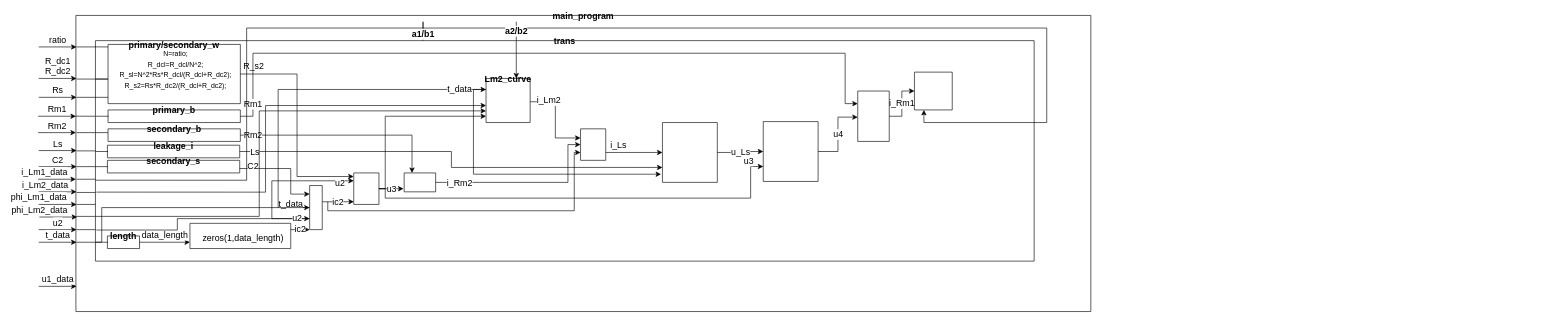
The draw.io diagram sim/未命名绘图.drawio in xiazhahe/mine, before the edit. Source tidied: cells renumbered, new cells numbered last; positions are measured from the earlier drawing's top-left corner, leaving out a move shared by most shapes. Both pictures are drawn from the tidied source at 63%, with x=0, y=0 at pixel (38, 15).
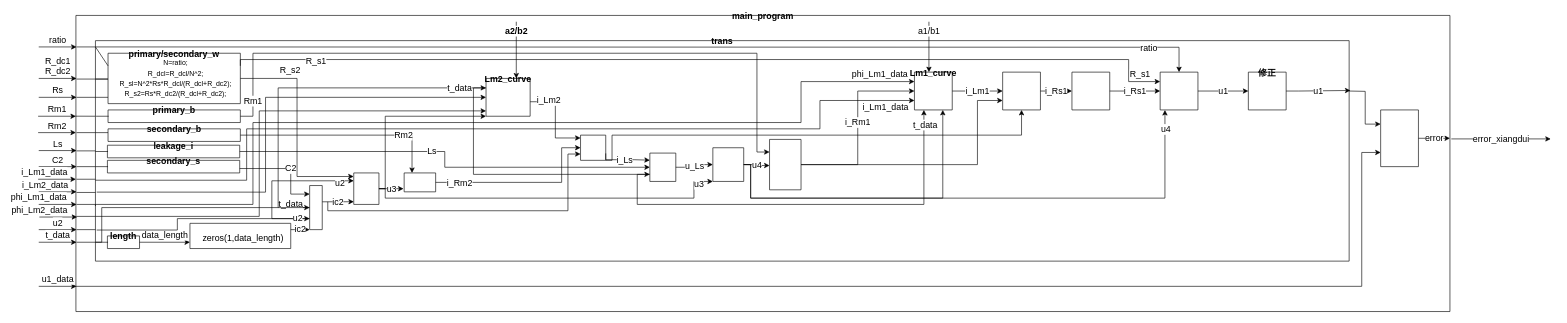
The same diagram, later.

Commit message:
更新未命名绘图.drawio

The change refers to these unchanged cells:
```xml
<mxCell id="23" value="primary_b" style="swimlane;startSize=0;fontSize=14;" parent="14" vertex="1">
  <mxGeometry x="20" y="110" width="210" height="20" as="geometry" />
</mxCell>
<mxCell id="25" value="secondary_b" style="swimlane;startSize=0;fontSize=14;" parent="14" vertex="1">
  <mxGeometry x="20" y="140" width="210" height="20" as="geometry" />
</mxCell>
<mxCell id="28" value="leakage_i" style="swimlane;startSize=0;fontSize=14;" parent="14" vertex="1">
  <mxGeometry x="19" y="166" width="210" height="20" as="geometry" />
</mxCell>
<mxCell id="45" style="swimlane;startSize=0;fontSize=14;" parent="14" vertex="1">
  <mxGeometry x="340" y="230" width="20" height="70" as="geometry" />
</mxCell>
<mxCell id="51" style="swimlane;startSize=0;fontSize=14;" parent="14" vertex="1">
  <mxGeometry x="410" y="210" width="40" height="50" as="geometry" />
</mxCell>
<mxCell id="54" style="swimlane;startSize=0;fontSize=14;" parent="14" vertex="1">
  <mxGeometry x="490" y="210" width="50" height="30" as="geometry" />
</mxCell>
```

Diff of the diagram source:
```diff
@@
+    <mxCell id="93" value="error_xiangdui" style="edgeStyle=orthogonalEdgeStyle;rounded=0;jettySize=auto;html=1;exitX=1.001;exitY=0.417;exitDx=0;exitDy=0;fontSize=14;exitPerimeter=0;" parent="1" edge="1" source="2">
+      <mxGeometry relative="1" as="geometry">
+        <mxPoint x="2401" y="196" as="targetPoint" />
+        <Array as="points">
+          <mxPoint x="2401" y="196" />
+        </Array>
+      </mxGeometry>
+    </mxCell>
     <mxCell id="2" value="main_program" style="swimlane;startSize=0;fontSize=14;fontStyle=1;" parent="1" vertex="1">
-      <mxGeometry x="60" width="1611" height="470" as="geometry" />
+      <mxGeometry x="60" width="2181" height="470" as="geometry" />
     </mxCell>
+    <mxCell id="94" value="error" style="edgeStyle=orthogonalEdgeStyle;rounded=0;jettySize=auto;html=1;exitX=1;exitY=0.5;exitDx=0;exitDy=0;fontSize=14;" parent="2" edge="1" source="95">
+      <mxGeometry relative="1" as="geometry">
+        <mxPoint x="2181" y="195" as="targetPoint" />
+      </mxGeometry>
+    </mxCell>
+    <mxCell id="95" style="swimlane;startSize=0;fontSize=14;" parent="2" vertex="1">
+      <mxGeometry x="2071" y="150" width="60" height="90" as="geometry" />
+    </mxCell>
+    <mxCell id="96" style="edgeStyle=orthogonalEdgeStyle;rounded=0;jettySize=auto;html=1;entryX=0;entryY=0.75;entryDx=0;entryDy=0;fontSize=14;" parent="2" edge="1" target="95">
+      <mxGeometry relative="1" as="geometry">
+        <mxPoint y="430" as="sourcePoint" />
+        <Array as="points">
+          <mxPoint x="2041" y="430" />
+          <mxPoint x="2041" y="218" />
+        </Array>
+      </mxGeometry>
+    </mxCell>
@@
+    <mxCell id="97" style="edgeStyle=orthogonalEdgeStyle;rounded=0;jettySize=auto;html=1;fontSize=14;" parent="1" edge="1" target="114">
+      <mxGeometry relative="1" as="geometry">
+        <mxPoint x="91" y="50" as="sourcePoint" />
+      </mxGeometry>
+    </mxCell>
+    <mxCell id="98" value="ratio" style="edgeLabel;html=1;align=center;verticalAlign=middle;fontSize=14;" parent="97" vertex="1">
+      <mxGeometry x="0.9" y="-1" relative="1" as="geometry" />
+    </mxCell>
+    <mxCell id="99" style="edgeStyle=orthogonalEdgeStyle;rounded=0;jettySize=auto;html=1;entryX=0;entryY=0.25;entryDx=0;entryDy=0;fontSize=14;" parent="1" edge="1" target="95">
+      <mxGeometry relative="1" as="geometry">
+        <mxPoint x="2081" y="120" as="sourcePoint" />
+      </mxGeometry>
+    </mxCell>
     <mxCell id="14" value="trans" style="swimlane;startSize=0;fontSize=14;" parent="1" vertex="1">
-      <mxGeometry x="91" y="40" width="1490" height="350" as="geometry" />
+      <mxGeometry x="91" y="40" width="1990" height="350" as="geometry" />
     </mxCell>
     <mxCell id="15" value="R_s2" style="edgeStyle=orthogonalEdgeStyle;rounded=0;jettySize=auto;html=1;exitX=1;exitY=0.5;exitDx=0;exitDy=0;entryX=-0.004;entryY=0.113;entryDx=0;entryDy=0;entryPerimeter=0;fontSize=14;" parent="14" edge="1" source="16" target="51">
-      <mxGeometry x="-0.88" y="13" relative="1" as="geometry" />
+      <mxGeometry x="-0.53" y="13" relative="1" as="geometry" />
     </mxCell>
     <mxCell id="16" value="primary/secondary_w" style="swimlane;startSize=0;fontSize=14;" parent="14" vertex="1">
-      <mxGeometry x="20" y="6" width="210" height="94" as="geometry" />
+      <mxGeometry x="20" y="20" width="210" height="80" as="geometry" />
     </mxCell>
@@
-    <mxCell id="18" style="endArrow=none;html=1;rounded=0;fontSize=14;exitX=-0.001;exitY=0.032;exitDx=0;exitDy=0;exitPerimeter=0;" parent="14" edge="1">
-      <mxGeometry relative="1" as="geometry">
-        <mxPoint x="-0.8" y="9.9" as="sourcePoint" />
-        <mxPoint x="20" y="10" as="targetPoint" />
-      </mxGeometry>
-    </mxCell>
@@
     <mxCell id="21" style="edgeStyle=orthogonalEdgeStyle;rounded=0;jettySize=auto;html=1;exitX=1;exitY=0.5;exitDx=0;exitDy=0;entryX=0;entryY=0.25;entryDx=0;entryDy=0;fontSize=14;" parent="14" edge="1" source="23" target="68">
       <mxGeometry relative="1" as="geometry">
         <Array as="points">
           <mxPoint x="250" y="120" />
           <mxPoint x="250" y="20" />
-          <mxPoint x="1190" y="20" />
-          <mxPoint x="1190" y="100" />
+          <mxPoint x="1050" y="20" />
+          <mxPoint x="1050" y="177" />
         </Array>
       </mxGeometry>
     </mxCell>
     <mxCell id="22" value="Rm1" style="edgeLabel;html=1;align=center;verticalAlign=middle;fontSize=14;" parent="21" vertex="1">
       <mxGeometry x="-0.92" y="1" relative="1" as="geometry">
-        <mxPoint y="6" as="offset" />
+        <mxPoint y="-1" as="offset" />
       </mxGeometry>
     </mxCell>
@@
     <mxCell id="24" value="Rm2" style="edgeStyle=orthogonalEdgeStyle;rounded=0;jettySize=auto;html=1;exitX=1;exitY=0.5;exitDx=0;exitDy=0;entryX=0.25;entryY=0;entryDx=0;entryDy=0;fontSize=14;" parent="14" edge="1" source="25" target="54">
-      <mxGeometry x="-0.88" relative="1" as="geometry" />
+      <mxGeometry x="0.56" relative="1" as="geometry" />
     </mxCell>
@@
-    <mxCell id="26" style="edgeStyle=orthogonalEdgeStyle;rounded=0;jettySize=auto;html=1;exitX=1;exitY=0.5;exitDx=0;exitDy=0;entryX=0;entryY=0.75;entryDx=0;entryDy=0;fontSize=14;" parent="14" edge="1" source="28" target="64">
-      <mxGeometry relative="1" as="geometry">
-        <Array as="points">
-          <mxPoint x="565" y="176" />
-          <mxPoint x="565" y="201" />
-        </Array>
-      </mxGeometry>
+    <mxCell id="26" style="edgeStyle=orthogonalEdgeStyle;rounded=0;jettySize=auto;html=1;exitX=1;exitY=0.5;exitDx=0;exitDy=0;entryX=0;entryY=0.5;entryDx=0;entryDy=0;" parent="14" edge="1" source="28" target="64">
+      <mxGeometry relative="1" as="geometry" />
     </mxCell>
-    <mxCell id="27" value="Ls" style="edgeLabel;html=1;align=center;verticalAlign=middle;fontSize=14;" parent="26" vertex="1">
-      <mxGeometry x="-0.92" relative="1" as="geometry">
-        <mxPoint x="-5" as="offset" />
-      </mxGeometry>
+    <mxCell id="27" value="&lt;font style=&quot;font-size: 14px&quot;&gt;Ls&lt;/font&gt;" style="edgeLabel;html=1;align=center;verticalAlign=middle;" parent="26" vertex="1">
+      <mxGeometry x="-0.1" y="2" relative="1" as="geometry" />
     </mxCell>
@@
     <mxCell id="30" value="C2" style="edgeStyle=orthogonalEdgeStyle;rounded=0;orthogonalLoop=1;jettySize=auto;html=1;exitX=1;exitY=0.5;exitDx=0;exitDy=0;entryX=0.002;entryY=0.151;entryDx=0;entryDy=0;entryPerimeter=0;fontSize=14;" parent="14" edge="1">
-      <mxGeometry x="-0.72" y="3" relative="1" as="geometry">
+      <mxGeometry x="0.07" relative="1" as="geometry">
         <mxPoint x="229" y="203" as="sourcePoint" />
         <mxPoint x="340" y="243.6" as="targetPoint" />
         <Array as="points">
           <mxPoint x="310" y="203" />
           <mxPoint x="310" y="244" />
         </Array>
       </mxGeometry>
     </mxCell>
@@
     <mxCell id="42" style="edgeStyle=orthogonalEdgeStyle;rounded=0;jettySize=auto;html=1;exitX=0;exitY=0.5;exitDx=0;exitDy=0;entryX=0;entryY=0.25;entryDx=0;entryDy=0;fontSize=14;" parent="14" edge="1" source="45" target="57">
       <mxGeometry relative="1" as="geometry">
         <Array as="points">
           <mxPoint x="290" y="265" />
-          <mxPoint x="290" y="78" />
+          <mxPoint x="290" y="75" />
         </Array>
       </mxGeometry>
     </mxCell>
@@
     <mxCell id="44" style="edgeStyle=orthogonalEdgeStyle;rounded=0;jettySize=auto;html=1;exitX=1.44;exitY=0.369;exitDx=0;exitDy=0;entryX=0;entryY=0.75;entryDx=0;entryDy=0;fontSize=14;exitPerimeter=0;" parent="14" edge="1" source="45" target="62">
       <mxGeometry relative="1" as="geometry">
         <Array as="points">
           <mxPoint x="369" y="270" />
-          <mxPoint x="760" y="270" />
-          <mxPoint x="760" y="178" />
+          <mxPoint x="750" y="270" />
+          <mxPoint x="750" y="180" />
         </Array>
       </mxGeometry>
     </mxCell>
@@
-    <mxCell id="48" style="edgeStyle=orthogonalEdgeStyle;rounded=0;jettySize=auto;html=1;exitX=1;exitY=0.5;exitDx=0;exitDy=0;entryX=0;entryY=0.857;entryDx=0;entryDy=0;fontSize=14;entryPerimeter=0;" parent="14" edge="1" source="51" target="57">
+    <mxCell id="48" style="edgeStyle=orthogonalEdgeStyle;rounded=0;jettySize=auto;html=1;exitX=1;exitY=0.5;exitDx=0;exitDy=0;fontSize=14;" parent="14" edge="1" source="51">
       <mxGeometry relative="1" as="geometry">
+        <mxPoint x="620" y="120" as="targetPoint" />
         <Array as="points">
           <mxPoint x="460" y="235" />
           <mxPoint x="460" y="120" />
         </Array>
       </mxGeometry>
     </mxCell>
-    <mxCell id="49" style="edgeStyle=orthogonalEdgeStyle;rounded=0;jettySize=auto;html=1;exitX=1;exitY=0.5;exitDx=0;exitDy=0;entryX=0;entryY=0.75;entryDx=0;entryDy=0;fontSize=14;" parent="14" edge="1" source="51" target="66">
-      <mxGeometry relative="1" as="geometry">
+    <mxCell id="49" value="u3" style="edgeStyle=orthogonalEdgeStyle;rounded=0;jettySize=auto;html=1;exitX=1;exitY=0.5;exitDx=0;exitDy=0;entryX=0;entryY=1;entryDx=0;entryDy=0;fontSize=14;" parent="14" edge="1" source="51" target="66">
+      <mxGeometry x="0.92" y="-3" relative="1" as="geometry">
         <Array as="points">
           <mxPoint x="460" y="235" />
           <mxPoint x="460" y="250" />
-          <mxPoint x="1040" y="250" />
-          <mxPoint x="1040" y="200" />
+          <mxPoint x="950" y="250" />
+          <mxPoint x="950" y="224" />
         </Array>
+        <mxPoint y="1" as="offset" />
       </mxGeometry>
     </mxCell>
-    <mxCell id="50" value="u3" style="edgeLabel;html=1;align=center;verticalAlign=middle;fontSize=14;" parent="49" vertex="1">
-      <mxGeometry x="0.76" relative="1" as="geometry">
-        <mxPoint x="7" y="-60" as="offset" />
-      </mxGeometry>
-    </mxCell>
@@
     <mxCell id="52" style="edgeStyle=orthogonalEdgeStyle;rounded=0;jettySize=auto;html=1;exitX=1;exitY=0.5;exitDx=0;exitDy=0;entryX=0;entryY=0.5;entryDx=0;entryDy=0;fontSize=14;" parent="14" edge="1" source="54" target="62">
       <mxGeometry relative="1" as="geometry">
         <Array as="points">
-          <mxPoint x="750" y="225" />
-          <mxPoint x="750" y="165" />
+          <mxPoint x="740" y="225" />
+          <mxPoint x="740" y="170" />
         </Array>
       </mxGeometry>
     </mxCell>
@@
-    <mxCell id="56" style="edgeStyle=orthogonalEdgeStyle;rounded=0;jettySize=auto;html=1;exitX=0;exitY=0.25;exitDx=0;exitDy=0;entryX=-0.025;entryY=0.863;entryDx=0;entryDy=0;entryPerimeter=0;fontSize=14;" parent="14" edge="1" source="57" target="64">
+    <mxCell id="56" style="edgeStyle=orthogonalEdgeStyle;rounded=0;jettySize=auto;html=1;exitX=0;exitY=0.25;exitDx=0;exitDy=0;entryX=0;entryY=0.75;entryDx=0;entryDy=0;fontSize=14;" parent="14" edge="1" source="57" target="64">
       <mxGeometry relative="1" as="geometry" />
     </mxCell>
     <mxCell id="57" value="Lm2_curve" style="swimlane;startSize=0;fontSize=14;" parent="14" vertex="1">
-      <mxGeometry x="620" y="60" width="70" height="70" as="geometry" />
+      <mxGeometry x="620" y="60" width="70" height="60" as="geometry" />
     </mxCell>
     <mxCell id="58" style="edgeStyle=orthogonalEdgeStyle;rounded=0;jettySize=auto;html=1;exitX=0.001;exitY=0.687;exitDx=0;exitDy=0;fontSize=14;exitPerimeter=0;" parent="14" edge="1" source="14">
       <mxGeometry relative="1" as="geometry">
-        <mxPoint x="620" y="103" as="targetPoint" />
+        <mxPoint x="620" y="90" as="targetPoint" />
         <Array as="points">
           <mxPoint x="270" y="241" />
-          <mxPoint x="270" y="103" />
+          <mxPoint x="270" y="90" />
+          <mxPoint x="620" y="90" />
         </Array>
       </mxGeometry>
     </mxCell>
@@
-    <mxCell id="61" value="i_Ls" style="edgeStyle=orthogonalEdgeStyle;rounded=0;jettySize=auto;html=1;exitX=1;exitY=0.75;exitDx=0;exitDy=0;entryX=0;entryY=0.5;entryDx=0;entryDy=0;fontSize=14;" parent="14" edge="1" source="62" target="64">
-      <mxGeometry x="-0.56" y="13" relative="1" as="geometry">
+    <mxCell id="61" value="i_Ls" style="edgeStyle=orthogonalEdgeStyle;rounded=0;jettySize=auto;html=1;exitX=1;exitY=0.75;exitDx=0;exitDy=0;entryX=0;entryY=0.25;entryDx=0;entryDy=0;fontSize=14;" parent="14" edge="1" target="64">
+      <mxGeometry x="-0.01" y="-1" relative="1" as="geometry">
+        <mxPoint x="810" y="179" as="sourcePoint" />
         <Array as="points">
-          <mxPoint x="830" y="178" />
-          <mxPoint x="830" y="178" />
+          <mxPoint x="810" y="189" />
+          <mxPoint x="855" y="189" />
         </Array>
-        <mxPoint y="1" as="offset" />
       </mxGeometry>
     </mxCell>
+    <mxCell id="100" style="edgeStyle=orthogonalEdgeStyle;rounded=0;jettySize=auto;html=1;exitX=1;exitY=1;exitDx=0;exitDy=0;entryX=0.5;entryY=1;entryDx=0;entryDy=0;fontSize=14;" parent="14" edge="1" source="62" target="111">
+      <mxGeometry relative="1" as="geometry">
+        <Array as="points">
+          <mxPoint x="820" y="190" />
+          <mxPoint x="820" y="150" />
+          <mxPoint x="1470" y="150" />
+        </Array>
+      </mxGeometry>
+    </mxCell>
     <mxCell id="62" style="swimlane;startSize=0;fontSize=14;" parent="14" vertex="1">
-      <mxGeometry x="770" y="140" width="40" height="50" as="geometry" />
+      <mxGeometry x="770" y="150" width="40" height="40" as="geometry" />
     </mxCell>
@@
+    <mxCell id="101" style="edgeStyle=orthogonalEdgeStyle;rounded=0;jettySize=auto;html=1;exitX=0;exitY=0.75;exitDx=0;exitDy=0;entryX=0.25;entryY=1;entryDx=0;entryDy=0;fontSize=14;" parent="14" edge="1" source="64" target="69">
+      <mxGeometry relative="1" as="geometry">
+        <Array as="points">
+          <mxPoint x="860" y="212" />
+          <mxPoint x="860" y="260" />
+          <mxPoint x="1315" y="260" />
+        </Array>
+      </mxGeometry>
+    </mxCell>
+    <mxCell id="102" value="t_data" style="edgeLabel;html=1;align=center;verticalAlign=middle;fontSize=14;" parent="101" vertex="1">
+      <mxGeometry x="0.93" y="-1" relative="1" as="geometry" />
+    </mxCell>
     <mxCell id="64" style="swimlane;startSize=0;fontSize=14;" parent="14" vertex="1">
-      <mxGeometry x="900" y="130" width="87.1" height="95" as="geometry" />
+      <mxGeometry x="880" y="178.5" width="41.2" height="45" as="geometry" />
     </mxCell>
@@
+    <mxCell id="103" style="edgeStyle=orthogonalEdgeStyle;rounded=0;jettySize=auto;html=1;exitX=1;exitY=0.5;exitDx=0;exitDy=0;entryX=0.75;entryY=1;entryDx=0;entryDy=0;fontSize=14;" parent="14" edge="1" source="66" target="69">
+      <mxGeometry relative="1" as="geometry">
+        <Array as="points">
+          <mxPoint x="1040" y="197" />
+          <mxPoint x="1040" y="250" />
+          <mxPoint x="1345" y="250" />
+        </Array>
+      </mxGeometry>
+    </mxCell>
     <mxCell id="66" style="swimlane;startSize=0;fontSize=14;" parent="14" vertex="1">
-      <mxGeometry x="1060" y="128.5" width="87.1" height="95" as="geometry" />
+      <mxGeometry x="980" y="170" width="49" height="53.5" as="geometry" />
     </mxCell>
     <mxCell id="67" value="i_Rm1" style="edgeStyle=orthogonalEdgeStyle;rounded=0;jettySize=auto;html=1;exitX=1;exitY=0.5;exitDx=0;exitDy=0;entryX=0;entryY=0.5;entryDx=0;entryDy=0;fontSize=14;" parent="14" edge="1" source="68" target="69">
-      <mxGeometry relative="1" as="geometry" />
+      <mxGeometry x="0.06" relative="1" as="geometry" />
     </mxCell>
+    <mxCell id="104" style="edgeStyle=orthogonalEdgeStyle;rounded=0;jettySize=auto;html=1;exitX=1;exitY=0.5;exitDx=0;exitDy=0;entryX=0;entryY=0.75;entryDx=0;entryDy=0;fontSize=14;" parent="14" edge="1" source="68" target="111">
+      <mxGeometry relative="1" as="geometry">
+        <Array as="points">
+          <mxPoint x="1400" y="197" />
+          <mxPoint x="1400" y="95" />
+        </Array>
+      </mxGeometry>
+    </mxCell>
     <mxCell id="68" style="swimlane;startSize=0;fontSize=14;" parent="14" vertex="1">
-      <mxGeometry x="1210" y="80" width="50" height="80" as="geometry" />
+      <mxGeometry x="1070" y="156.8" width="50" height="80" as="geometry" />
     </mxCell>
+    <mxCell id="105" value="i_Lm1" style="edgeStyle=orthogonalEdgeStyle;rounded=0;jettySize=auto;html=1;fontSize=14;" parent="14" edge="1" source="69" target="111">
+      <mxGeometry relative="1" as="geometry" />
+    </mxCell>
-    <mxCell id="69" style="swimlane;startSize=0;fontSize=14;" parent="14" vertex="1">
+    <mxCell id="69" value="Lm1_curve" style="swimlane;startSize=0;fontSize=14;" parent="14" vertex="1">
       <mxGeometry x="1300" y="50" width="60" height="60" as="geometry" />
     </mxCell>
-    <mxCell id="70" style="edgeStyle=orthogonalEdgeStyle;rounded=0;jettySize=auto;html=1;exitX=0;exitY=0.633;exitDx=0;exitDy=0;entryX=0.25;entryY=1;entryDx=0;entryDy=0;fontSize=14;exitPerimeter=0;" parent="14" edge="1" source="14" target="69">
+    <mxCell id="70" style="edgeStyle=orthogonalEdgeStyle;rounded=0;jettySize=auto;html=1;exitX=0;exitY=0.633;exitDx=0;exitDy=0;entryX=0;entryY=0.75;entryDx=0;entryDy=0;fontSize=14;exitPerimeter=0;" parent="14" edge="1" source="14" target="69">
       <mxGeometry relative="1" as="geometry">
         <Array as="points">
           <mxPoint x="240" y="222" />
-          <mxPoint x="240" y="-20" />
-          <mxPoint x="1510" y="-20" />
-          <mxPoint x="1510" y="130" />
-          <mxPoint x="1315" y="130" />
+          <mxPoint x="240" y="140" />
+          <mxPoint x="1150" y="140" />
+          <mxPoint x="1150" y="95" />
         </Array>
       </mxGeometry>
     </mxCell>
+    <mxCell id="106" value="i_Lm1_data" style="edgeLabel;html=1;align=center;verticalAlign=middle;fontSize=14;" parent="70" vertex="1">
+      <mxGeometry x="0.93" y="-5" relative="1" as="geometry">
+        <mxPoint x="3" y="4" as="offset" />
+      </mxGeometry>
+    </mxCell>
+    <mxCell id="107" style="edgeStyle=orthogonalEdgeStyle;rounded=0;jettySize=auto;html=1;exitX=0;exitY=0.75;exitDx=0;exitDy=0;entryX=0;entryY=0.25;entryDx=0;entryDy=0;" parent="14" edge="1" source="14" target="69">
+      <mxGeometry relative="1" as="geometry">
+        <Array as="points">
+          <mxPoint y="260" />
+          <mxPoint x="250" y="260" />
+          <mxPoint x="250" y="130" />
+          <mxPoint x="1120" y="130" />
+          <mxPoint x="1120" y="65" />
+        </Array>
+      </mxGeometry>
+    </mxCell>
+    <mxCell id="108" value="phi_Lm1_data" style="edgeLabel;html=1;align=center;verticalAlign=middle;fontSize=14;" parent="107" vertex="1">
+      <mxGeometry x="0.96" y="-1" relative="1" as="geometry">
+        <mxPoint x="-26" y="-13" as="offset" />
+      </mxGeometry>
+    </mxCell>
+    <mxCell id="109" style="edgeStyle=orthogonalEdgeStyle;rounded=0;orthogonalLoop=1;jettySize=auto;html=1;fontSize=14;" parent="14" edge="1">
+      <mxGeometry relative="1" as="geometry">
+        <mxPoint x="1323" as="sourcePoint" />
+        <mxPoint x="1323" y="50" as="targetPoint" />
+        <Array as="points">
+          <mxPoint x="1323" y="50" />
+        </Array>
+      </mxGeometry>
+    </mxCell>
+    <mxCell id="110" value="i_Rs1" style="edgeStyle=orthogonalEdgeStyle;rounded=0;jettySize=auto;html=1;fontSize=14;" parent="14" edge="1" source="111" target="112">
+      <mxGeometry relative="1" as="geometry" />
+    </mxCell>
+    <mxCell id="111" style="swimlane;startSize=0;fontSize=14;" parent="14" vertex="1">
+      <mxGeometry x="1440" y="50" width="60" height="60" as="geometry" />
+    </mxCell>
+    <mxCell id="112" style="swimlane;startSize=0;fontSize=14;" parent="14" vertex="1">
+      <mxGeometry x="1550" y="50" width="60" height="60" as="geometry" />
+    </mxCell>
@@
-    <mxCell id="92" value="a1/b1" style="endArrow=none;html=1;rounded=0;fontSize=14;fontStyle=1;" parent="1" edge="1">
-      <mxGeometry x="0.5" relative="1" as="geometry">
-        <mxPoint x="611" y="20" as="sourcePoint" />
-        <mxPoint x="611" y="40" as="targetPoint" />
-        <Array as="points">
-          <mxPoint x="611" y="10" />
-          <mxPoint x="611" y="20" />
-        </Array>
+    <mxCell id="92" value="a1/b1" style="endArrow=none;html=1;rounded=0;fontSize=14;" parent="1" edge="1">
+      <mxGeometry relative="1" as="geometry">
+        <mxPoint x="1414" y="40" as="sourcePoint" />
+        <mxPoint x="1414" y="10" as="targetPoint" />
       </mxGeometry>
     </mxCell>
+    <mxCell id="113" value="u1" style="edgeStyle=orthogonalEdgeStyle;rounded=0;jettySize=auto;html=1;fontSize=14;" parent="1" edge="1" source="114" target="123">
+      <mxGeometry relative="1" as="geometry" />
+    </mxCell>
+    <mxCell id="114" style="swimlane;startSize=0;fontSize=14;" parent="1" vertex="1">
+      <mxGeometry x="1781" y="90" width="60" height="60" as="geometry" />
+    </mxCell>
+    <mxCell id="115" value="i_Rs1" style="edgeStyle=orthogonalEdgeStyle;rounded=0;jettySize=auto;html=1;fontSize=14;" parent="1" edge="1" source="112" target="114">
+      <mxGeometry relative="1" as="geometry" />
+    </mxCell>
+    <mxCell id="116" style="edgeStyle=orthogonalEdgeStyle;rounded=0;jettySize=auto;html=1;exitX=1;exitY=0.25;exitDx=0;exitDy=0;entryX=0;entryY=0.25;entryDx=0;entryDy=0;fontSize=14;" parent="1" edge="1" source="16" target="114">
+      <mxGeometry relative="1" as="geometry">
+        <Array as="points">
+          <mxPoint x="1731" y="70" />
+          <mxPoint x="1731" y="105" />
+        </Array>
+      </mxGeometry>
+    </mxCell>
+    <mxCell id="117" value="R_s1" style="edgeLabel;html=1;align=center;verticalAlign=middle;fontSize=14;" parent="116" vertex="1">
+      <mxGeometry x="-0.9" relative="1" as="geometry">
+        <mxPoint x="54" y="1" as="offset" />
+      </mxGeometry>
+    </mxCell>
+    <mxCell id="118" value="R_s1" style="edgeLabel;html=1;align=center;verticalAlign=middle;fontSize=14;" parent="116" vertex="1">
+      <mxGeometry x="0.93" relative="1" as="geometry">
+        <mxPoint x="17" y="-9" as="offset" />
+      </mxGeometry>
+    </mxCell>
+    <mxCell id="119" style="edgeStyle=orthogonalEdgeStyle;rounded=0;jettySize=auto;html=1;exitX=1;exitY=0.5;exitDx=0;exitDy=0;entryX=0.127;entryY=1.003;entryDx=0;entryDy=0;entryPerimeter=0;fontSize=14;" parent="1" edge="1" source="66" target="114">
+      <mxGeometry relative="1" as="geometry">
+        <Array as="points">
+          <mxPoint x="1131" y="237" />
+          <mxPoint x="1131" y="290" />
+          <mxPoint x="1789" y="290" />
+        </Array>
+      </mxGeometry>
+    </mxCell>
+    <mxCell id="120" value="u4" style="edgeLabel;html=1;align=center;verticalAlign=middle;fontSize=14;" parent="119" vertex="1">
+      <mxGeometry x="0.93" y="-1" relative="1" as="geometry" />
+    </mxCell>
+    <mxCell id="121" style="endArrow=none;html=1;rounded=0;fontSize=14;" parent="1" edge="1">
+      <mxGeometry relative="1" as="geometry">
+        <mxPoint x="91" y="50" as="sourcePoint" />
+        <mxPoint x="111" y="80" as="targetPoint" />
+      </mxGeometry>
+    </mxCell>
+    <mxCell id="122" value="u1" style="edgeStyle=orthogonalEdgeStyle;rounded=0;jettySize=auto;html=1;exitX=1;exitY=0.5;exitDx=0;exitDy=0;entryX=1.001;entryY=0.226;entryDx=0;entryDy=0;entryPerimeter=0;fontSize=14;" parent="1" edge="1" source="123" target="14">
+      <mxGeometry relative="1" as="geometry">
+        <Array as="points">
+          <mxPoint x="2001" y="120" />
+          <mxPoint x="2001" y="119" />
+        </Array>
+      </mxGeometry>
+    </mxCell>
+    <mxCell id="123" value="修正" style="swimlane;startSize=0;fontSize=14;" parent="1" vertex="1">
+      <mxGeometry x="1921" y="90" width="60" height="60" as="geometry" />
+    </mxCell>
```
